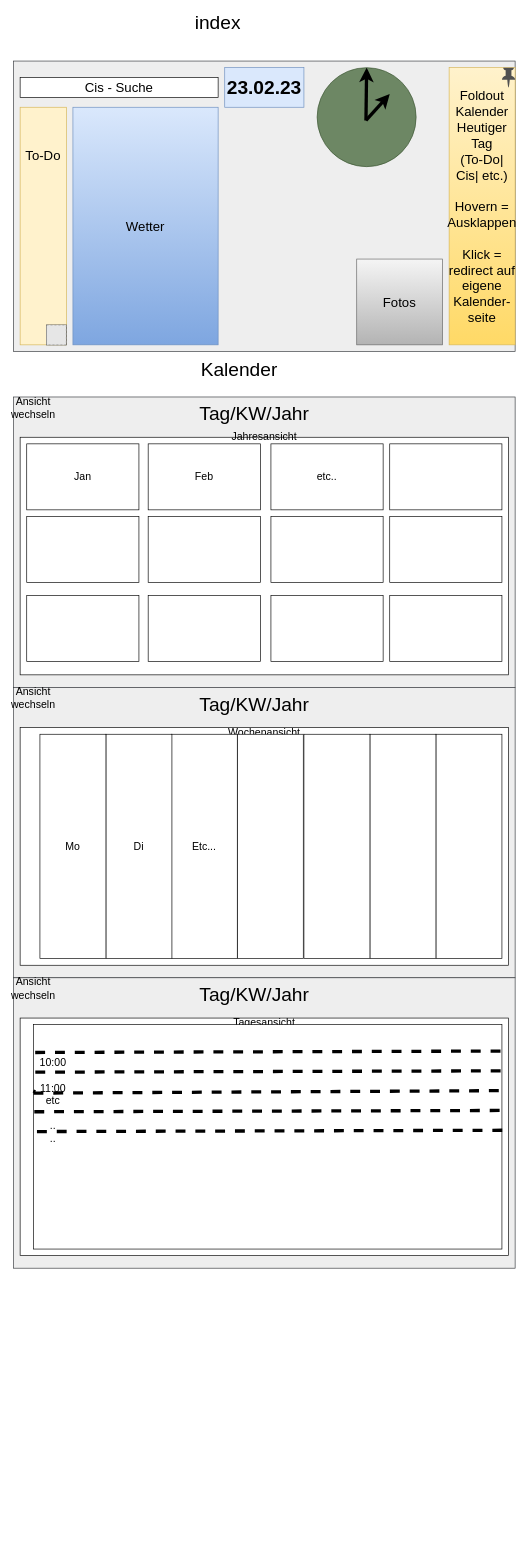
Above: Website Mockup.drawio in Reshicrom/FH_web (draw.io), before the change. Source tidied: cells renumbered, new cells numbered last; positions are measured from the earlier drawing's top-left corner, leaving out a move shared by most shapes. Both pictures are drawn from the tidied source at 66%, with x=0, y=0 at pixel (13, 18). Pictures stored in the file or linked from it are replaced by grey dashed boxes.
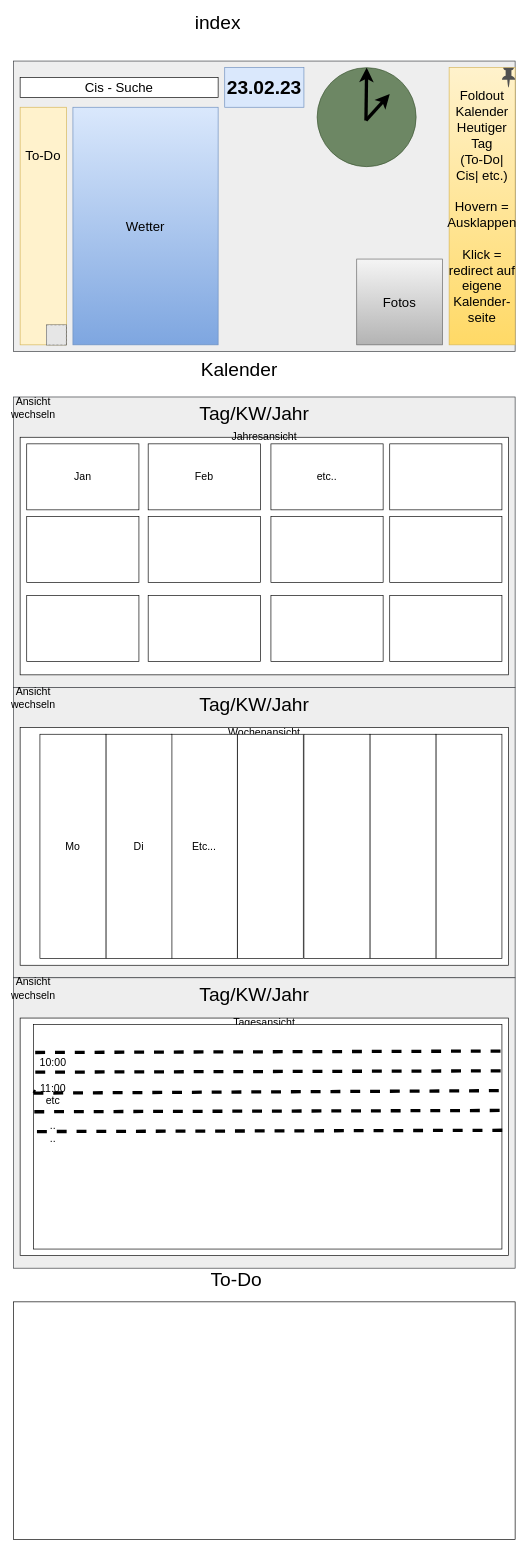
Above is the later version.

Diff of the diagram source:
```diff
@@
+    <mxCell id="56" value="&lt;div&gt;To-Do&lt;/div&gt;" style="text;html=1;strokeColor=none;fillColor=none;spacing=5;spacingTop=-20;whiteSpace=wrap;overflow=hidden;rounded=0;fontSize=29;" parent="1" vertex="1">
+      <mxGeometry x="294" y="1905" width="136" height="40" as="geometry" />
+    </mxCell>
+    <mxCell id="57" style="rounded=0;whiteSpace=wrap;html=1;fontSize=16;" parent="1" vertex="1">
+      <mxGeometry y="1945" width="760" height="360" as="geometry" />
+    </mxCell>
```
